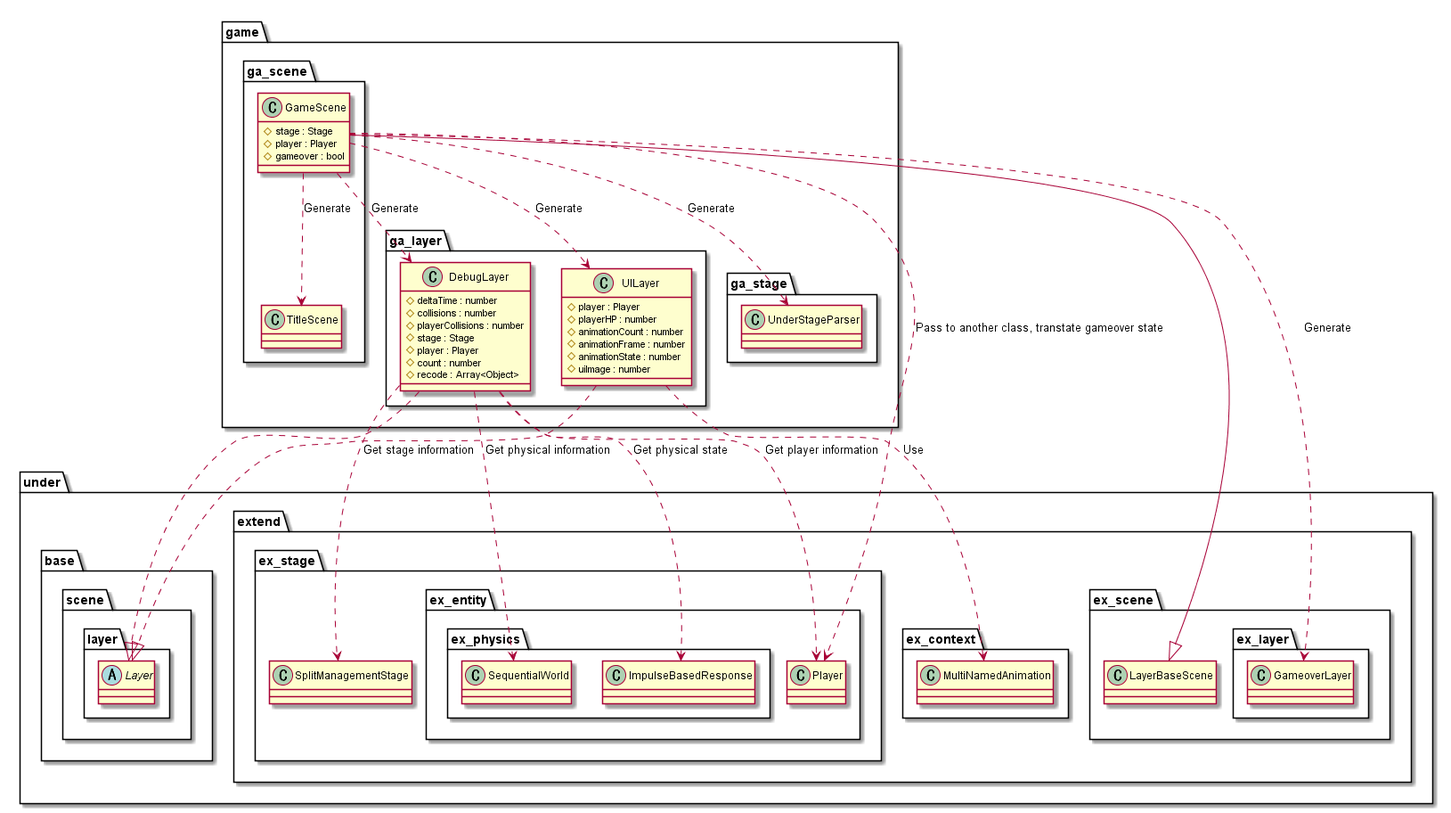
Above: out/uml/scene/Game/SceneGame.png in Expine/Under (PlantUML), before the change.
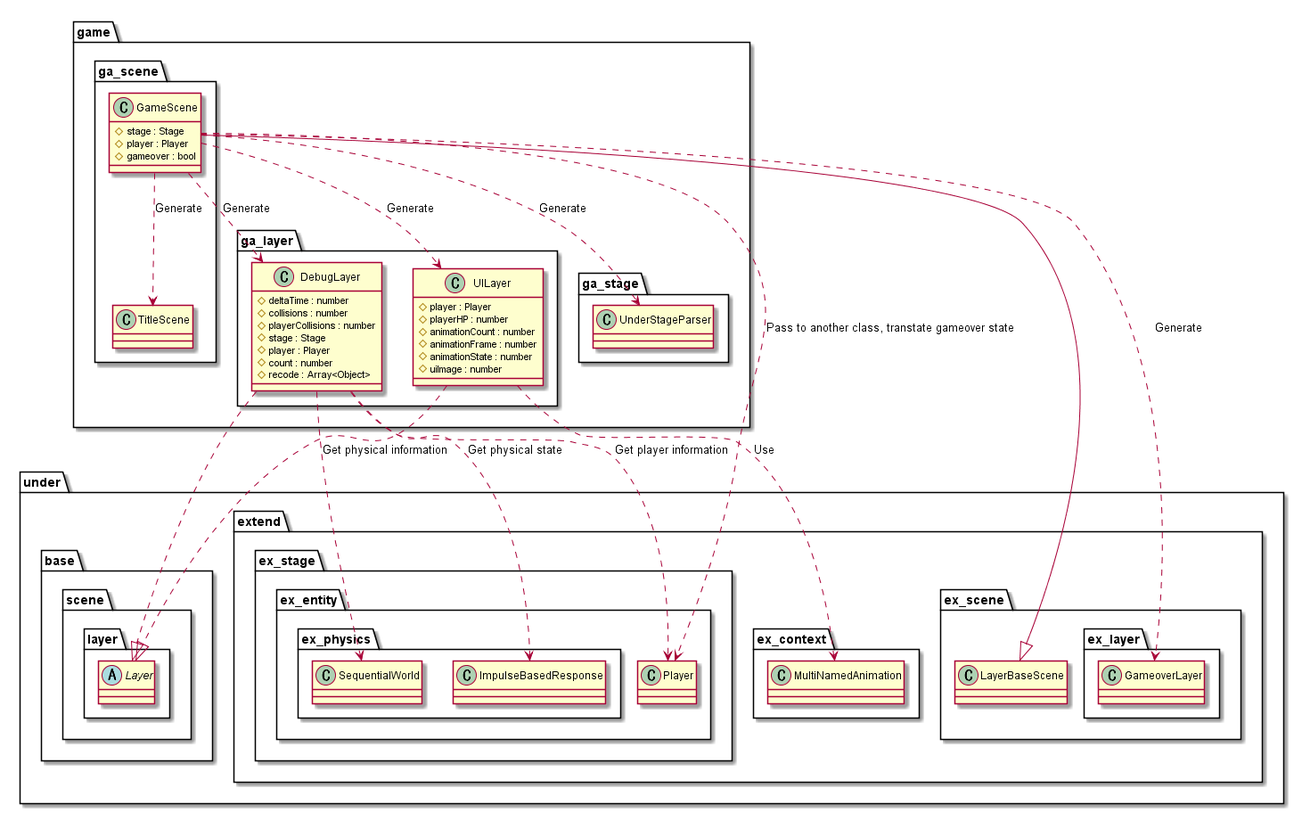
After the commit.

What changed in the source:
```diff
@@ -49,7 +49,6 @@
             }
         }
         package ex_stage {
-            class SplitManagementStage
             package ex_entity {
                 class Player
                 package ex_physics {
@@ -79,7 +78,6 @@
 
 DebugLayer ..> Player : Get player information
 DebugLayer ..> ImpulseBasedResponse : Get physical state
-DebugLayer ..> SplitManagementStage : Get stage information
 DebugLayer ..> SequentialWorld : Get physical information
 
 UILayer ..> MultiNamedAnimation : Use
```
